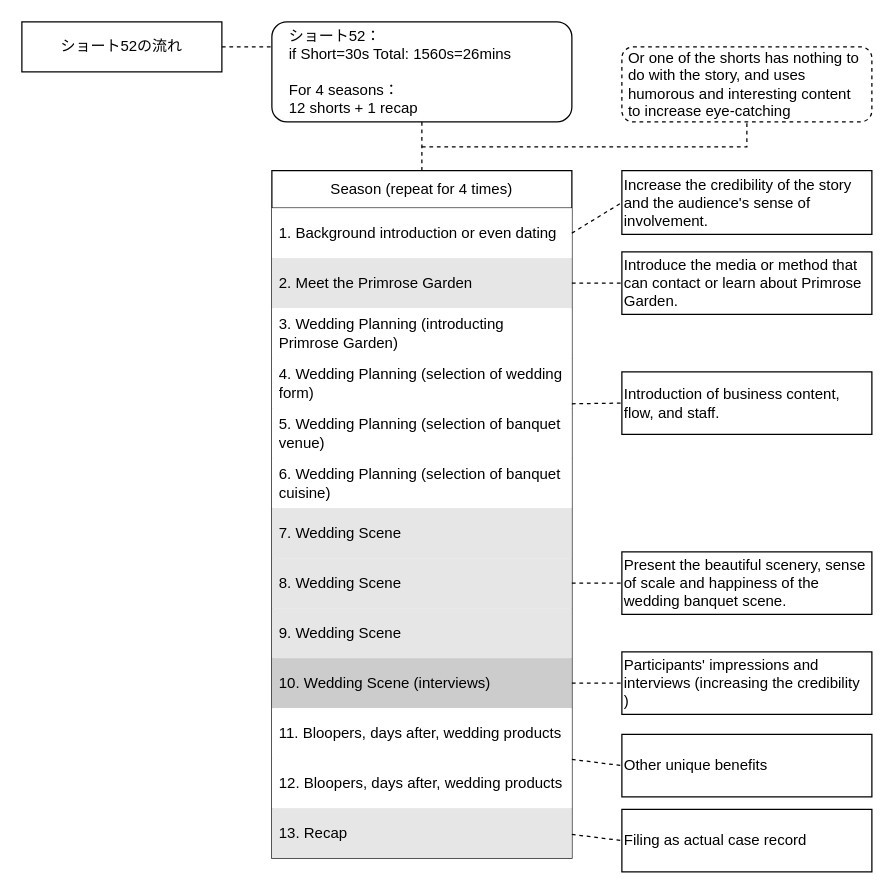
Above: 未命名绘图.drawio in xavierai1009/project (draw.io), before the change. Source tidied: cells renumbered, new cells numbered last; positions are measured from the earlier drawing's top-left corner, leaving out a move shared by most shapes. Both pictures are drawn from the tidied source at 125%, with x=0, y=0 at pixel (21, 21).
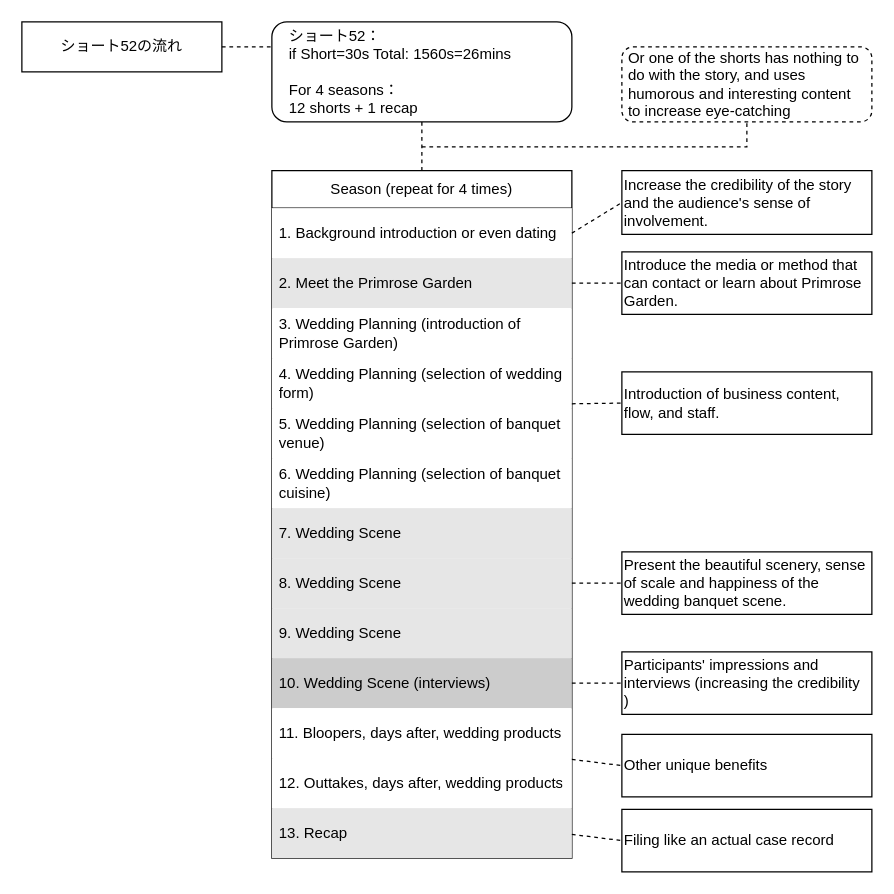
The same diagram, later.

Commit message:
更新未命名绘图.drawio

The change refers to these unchanged cells:
```xml
<mxCell id="5" value="Season (repeat for 4 times)" style="swimlane;fontStyle=0;horizontal=1;startSize=30;whiteSpace=wrap;html=1;" parent="1" vertex="1">
  <mxGeometry x="200" y="119" width="240" height="550" as="geometry" />
</mxCell>
```

Change to the diagram source:
```diff
@@
-    <mxCell id="8" value="3. Wedding Planning (introducting Primrose Garden)" style="text;strokeColor=none;fillColor=default;align=left;verticalAlign=middle;spacingLeft=4;spacingRight=4;overflow=hidden;whiteSpace=wrap;html=1;labelBorderColor=none;" parent="5" vertex="1">
+    <mxCell id="8" value="3. Wedding Planning (introduction of Primrose Garden)" style="text;strokeColor=none;fillColor=default;align=left;verticalAlign=middle;spacingLeft=4;spacingRight=4;overflow=hidden;whiteSpace=wrap;html=1;labelBorderColor=none;" parent="5" vertex="1">
       <mxGeometry y="110" width="240" height="40" as="geometry" />
     </mxCell>
@@
-    <mxCell id="17" value="12.&amp;nbsp;Bloopers, days after, wedding products" style="text;strokeColor=none;fillColor=default;align=left;verticalAlign=middle;spacingLeft=4;spacingRight=4;overflow=hidden;whiteSpace=wrap;html=1;" parent="5" vertex="1">
+    <mxCell id="17" value="12.&amp;nbsp;Outtakes, days after, wedding products" style="text;strokeColor=none;fillColor=default;align=left;verticalAlign=middle;spacingLeft=4;spacingRight=4;overflow=hidden;whiteSpace=wrap;html=1;" parent="5" vertex="1">
       <mxGeometry y="470" width="240" height="40" as="geometry" />
     </mxCell>
@@
-    <mxCell id="32" value="Filing as actual case record" style="rounded=0;whiteSpace=wrap;html=1;align=left;" parent="1" vertex="1">
+    <mxCell id="32" value="Filing like an actual case record" style="rounded=0;whiteSpace=wrap;html=1;align=left;" parent="1" vertex="1">
       <mxGeometry x="480" y="630" width="200" height="50" as="geometry" />
     </mxCell>
```
